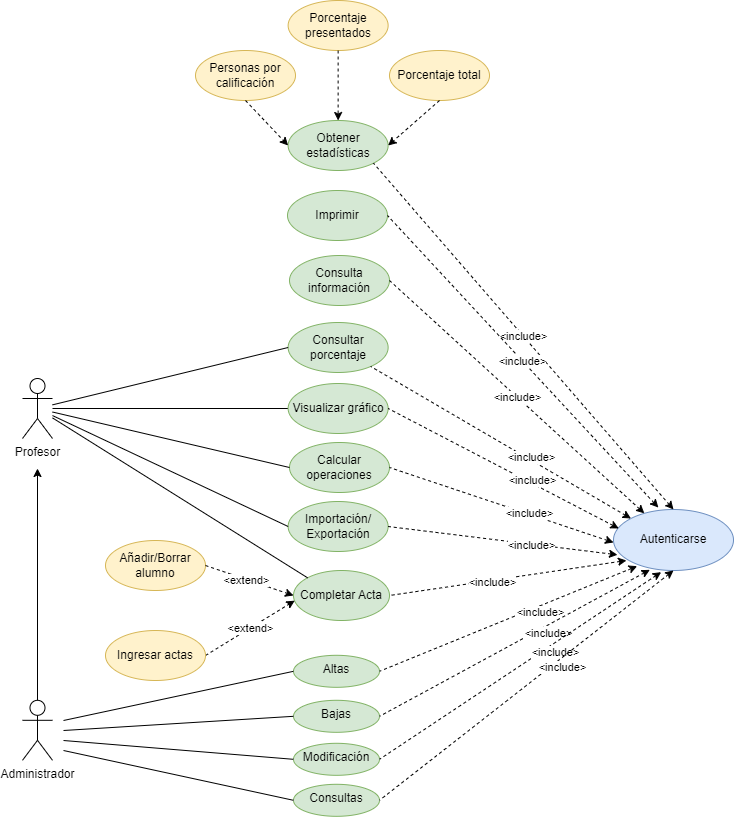
The draw.io diagram Tareas/casosUso/Tarea6-Gestión Profesores/img/GestionProfesores.drawio.png in colidom/ets, before a commit. Source tidied: cells renumbered, new cells last; positions are measured from the earlier drawing's top-left corner, leaving out a move shared by most shapes.
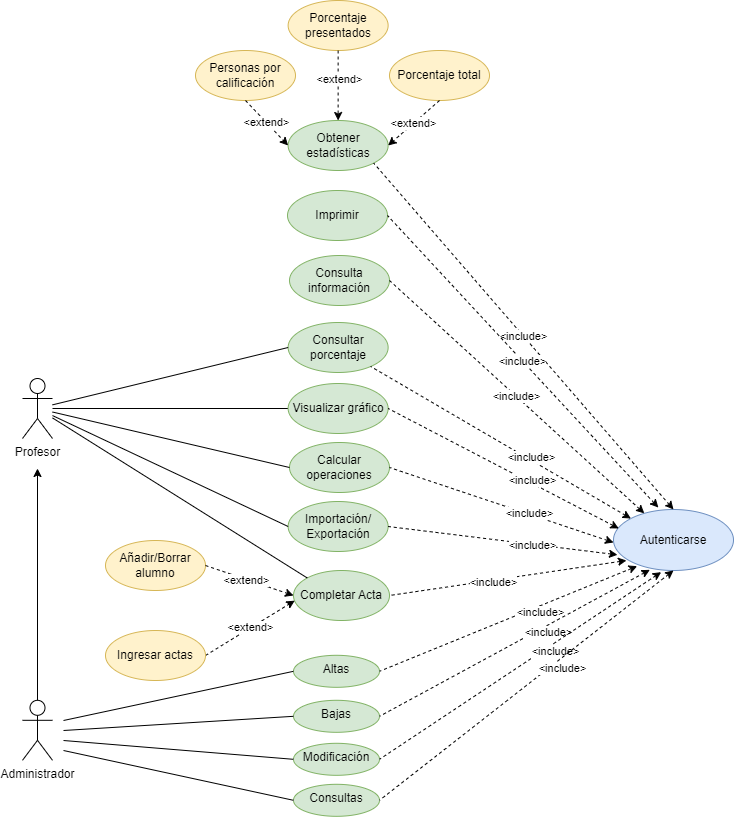
The same file after the commit.

The edit, as a diff of the source:
```diff
@@ -78,13 +78,16 @@
     <mxCell id="25" value="&amp;lt;include&amp;gt;" style="edgeStyle=none;rounded=0;jettySize=auto;html=1;startArrow=classic;startFill=1;endArrow=none;endFill=0;entryX=1;entryY=1;entryDx=0;entryDy=0;dashed=1;exitX=0.5;exitY=0;exitDx=0;exitDy=0;" parent="1" edge="1" source="10" target="12">
       <mxGeometry relative="1" as="geometry" />
     </mxCell>
-    <mxCell id="26" style="endArrow=classic;html=1;rounded=0;dashed=1;entryX=1;entryY=0.5;entryDx=0;entryDy=0;exitX=0.5;exitY=1;exitDx=0;exitDy=0;" parent="1" edge="1" source="15" target="12">
+    <mxCell id="26" value="&amp;lt;extend&amp;gt;" style="endArrow=classic;html=1;rounded=0;dashed=1;entryX=1;entryY=0.5;entryDx=0;entryDy=0;exitX=0.5;exitY=1;exitDx=0;exitDy=0;" parent="1" edge="1" source="15" target="12">
       <mxGeometry relative="1" as="geometry" />
     </mxCell>
     <mxCell id="27" style="endArrow=classic;html=1;rounded=0;dashed=1;exitX=0.5;exitY=1;exitDx=0;exitDy=0;entryX=0.5;entryY=0;entryDx=0;entryDy=0;" parent="1" edge="1" source="14" target="12">
       <mxGeometry relative="1" as="geometry" />
     </mxCell>
+    <mxCell id="59" value="&amp;lt;extend&amp;gt;" style="edgeLabel;html=1;align=center;verticalAlign=middle;" parent="27" vertex="1">
+      <mxGeometry x="-0.17" y="1" relative="1" as="geometry" />
+    </mxCell>
-    <mxCell id="28" style="endArrow=classic;html=1;rounded=0;dashed=1;exitX=0.5;exitY=1;exitDx=0;exitDy=0;entryX=0;entryY=0.5;entryDx=0;entryDy=0;" parent="1" edge="1" source="13" target="12">
+    <mxCell id="28" value="&amp;lt;extend&amp;gt;" style="endArrow=classic;html=1;rounded=0;dashed=1;exitX=0.5;exitY=1;exitDx=0;exitDy=0;entryX=0;entryY=0.5;entryDx=0;entryDy=0;" parent="1" edge="1" source="13" target="12">
       <mxGeometry relative="1" as="geometry" />
     </mxCell>
     <mxCell id="29" style="endArrow=none;html=1;rounded=0;dashed=1;endFill=0;startArrow=classic;startFill=1;exitX=0;exitY=0;exitDx=0;exitDy=0;" parent="1" edge="1" source="10" target="16">
```
